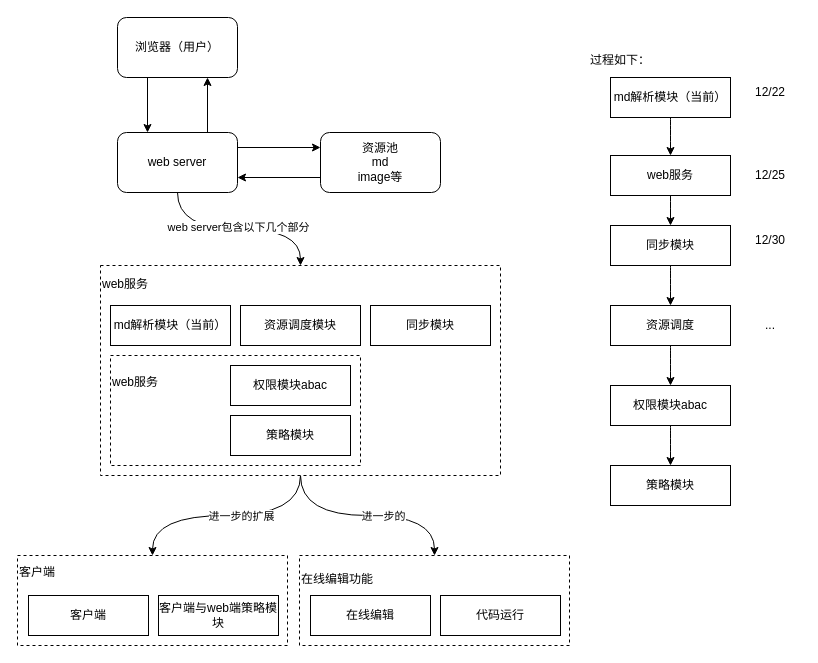
Before: page "博客架构" (4 of 5) of docs/process.drawio in includeMaple/md, a draw.io diagram. Source tidied: cells renumbered, new cells numbered last; positions are measured from the earlier drawing's top-left corner, leaving out a move shared by most shapes. Both pictures are drawn from the tidied source at 100%, with x=0, y=0 at pixel (17, 17).
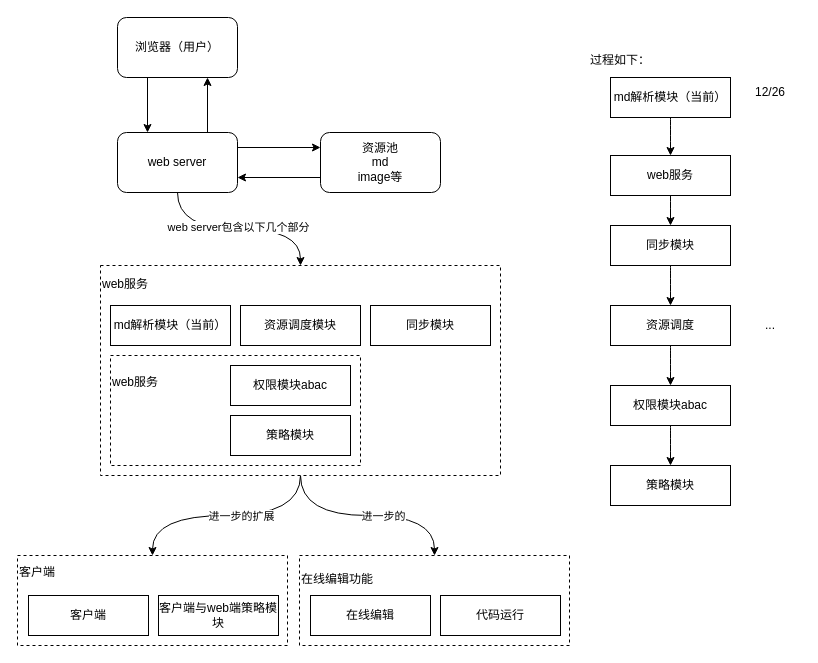
The same diagram, later.

Diff of the diagram source:
```diff
@@
-    <mxCell id="42" value="12/22" style="text;html=1;strokeColor=none;fillColor=none;align=center;verticalAlign=middle;whiteSpace=wrap;rounded=0;dashed=1;" parent="1" vertex="1">
+    <mxCell id="42" value="12/26" style="text;html=1;strokeColor=none;fillColor=none;align=center;verticalAlign=middle;whiteSpace=wrap;rounded=0;dashed=1;" parent="1" vertex="1">
       <mxGeometry x="723" y="60" width="60" height="30" as="geometry" />
     </mxCell>
-    <mxCell id="43" value="12/25" style="text;html=1;strokeColor=none;fillColor=none;align=center;verticalAlign=middle;whiteSpace=wrap;rounded=0;dashed=1;" parent="1" vertex="1">
-      <mxGeometry x="723" y="143" width="60" height="30" as="geometry" />
-    </mxCell>
-    <mxCell id="44" value="12/30" style="text;html=1;strokeColor=none;fillColor=none;align=center;verticalAlign=middle;whiteSpace=wrap;rounded=0;dashed=1;" parent="1" vertex="1">
-      <mxGeometry x="723" y="208" width="60" height="30" as="geometry" />
-    </mxCell>
```
